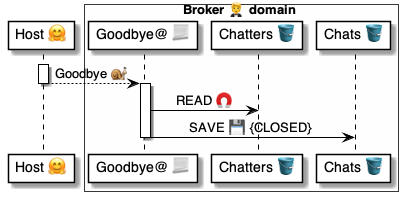
This is 4 ⚙️ Solution/20 🧑‍🦰 UI/Brokers 🤵/🤵🅰️ Broker methods/Chats 💬 Goodbye 🤗🐌🤵/🤵 Goodbye ⚙️ uml.png from pollyweb-org/pollyweb-docs, a PlantUML export, as it was before one commit. Its source is kept beside it as 4 ⚙️ Solution/20 🧑‍🦰 UI/Brokers 🤵/🤵🅰️ Broker methods/Chats 💬 Goodbye 🤗🐌🤵/🤵 Goodbye ⚙️ uml.puml.
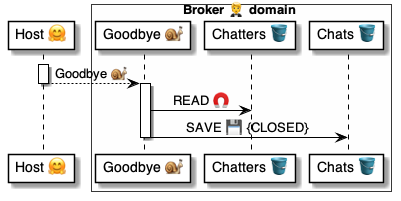
After the commit.

What changed in the source:
```diff
@@ -3,7 +3,7 @@
 participant "Host 🤗" as host
 
 box Broker 🤵 domain #FFFFFA
-    participant "Goodbye@ 📃" as broker
+    participant "Goodbye 🐌" as broker
     participant "Chatters 🪣" as chatters
     participant "Chats 🪣" as chats
 end box
```
